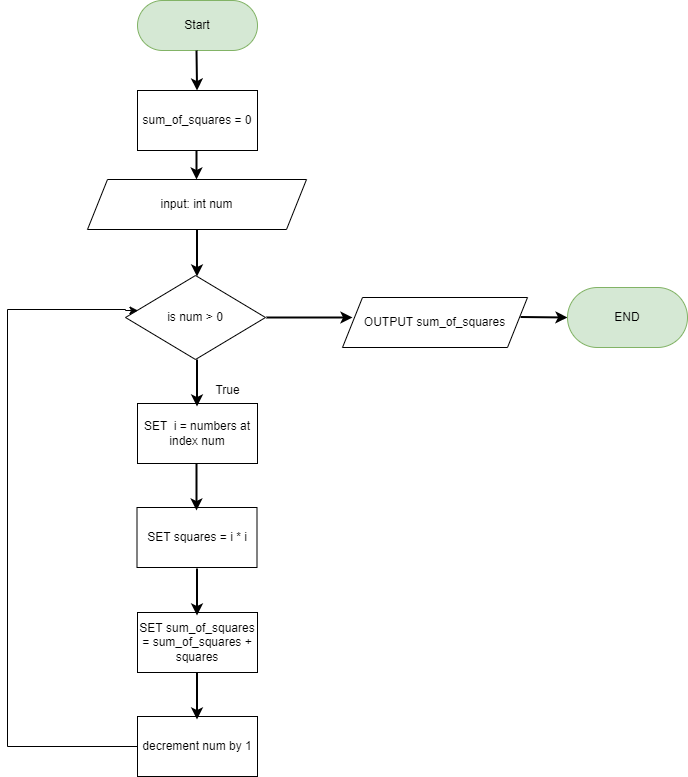
Above: 0x00-map_your_mind/0-sum_of_squares.png in Mbazu-Daniel/alx-pre_course (draw.io), before the change. Source tidied: cells renumbered, new cells last; positions are measured from the earlier drawing's top-left corner, leaving out a move shared by most shapes. Source of this version:
```xml
<mxGraphModel>
  <root>
    <mxCell id="0" />
    <mxCell id="1" parent="0" />
    <mxCell id="2" value="Start" style="rounded=1;whiteSpace=wrap;html=1;arcSize=50;fillColor=#d5e8d4;strokeColor=#82b366;" parent="1" vertex="1">
      <mxGeometry x="130" width="120" height="50" as="geometry" />
    </mxCell>
    <mxCell id="3" value="input: int num" style="shape=parallelogram;perimeter=parallelogramPerimeter;whiteSpace=wrap;html=1;fixedSize=1;" parent="1" vertex="1">
      <mxGeometry x="80" y="179" width="219" height="50" as="geometry" />
    </mxCell>
    <mxCell id="4" style="endArrow=classic;html=1;rounded=0;strokeWidth=2;exitX=0.5;exitY=1;exitDx=0;exitDy=0;" parent="1" edge="1" source="3">
      <mxGeometry relative="1" as="geometry">
        <mxPoint x="189.5" y="276" as="targetPoint" />
      </mxGeometry>
    </mxCell>
    <mxCell id="5" value="is num &amp;gt; 0" style="rhombus;whiteSpace=wrap;html=1;" parent="1" vertex="1">
      <mxGeometry x="118" y="275" width="140" height="84" as="geometry" />
    </mxCell>
    <mxCell id="6" style="endArrow=classic;html=1;rounded=0;strokeWidth=2;exitX=0.5;exitY=1;exitDx=0;exitDy=0;" parent="1" edge="1">
      <mxGeometry relative="1" as="geometry">
        <mxPoint x="189" y="149" as="sourcePoint" />
        <mxPoint x="189" y="179" as="targetPoint" />
      </mxGeometry>
    </mxCell>
    <mxCell id="7" style="endArrow=classic;html=1;rounded=0;strokeWidth=2;" parent="1" edge="1" target="8">
      <mxGeometry relative="1" as="geometry">
        <mxPoint x="189" y="50" as="sourcePoint" />
      </mxGeometry>
    </mxCell>
    <mxCell id="8" value="sum_of_squares = 0" style="rounded=0;whiteSpace=wrap;html=1;" parent="1" vertex="1">
      <mxGeometry x="130" y="90" width="120" height="60" as="geometry" />
    </mxCell>
    <mxCell id="9" value="SET&amp;nbsp; i = numbers at index num" style="rounded=0;whiteSpace=wrap;html=1;" parent="1" vertex="1">
      <mxGeometry x="130" y="403" width="120" height="60" as="geometry" />
    </mxCell>
    <mxCell id="10" style="endArrow=classic;html=1;rounded=0;strokeWidth=2;exitX=0.5;exitY=1;exitDx=0;exitDy=0;" parent="1" edge="1">
      <mxGeometry relative="1" as="geometry">
        <mxPoint x="189.5" y="359" as="sourcePoint" />
        <mxPoint x="189.5" y="406" as="targetPoint" />
      </mxGeometry>
    </mxCell>
    <mxCell id="11" value="SET squares = i * i" style="rounded=0;whiteSpace=wrap;html=1;" parent="1" vertex="1">
      <mxGeometry x="129.5" y="507" width="120" height="60" as="geometry" />
    </mxCell>
    <mxCell id="12" style="endArrow=classic;html=1;rounded=0;strokeWidth=2;exitX=0.5;exitY=1;exitDx=0;exitDy=0;" parent="1" edge="1">
      <mxGeometry relative="1" as="geometry">
        <mxPoint x="189" y="463" as="sourcePoint" />
        <mxPoint x="189" y="510" as="targetPoint" />
      </mxGeometry>
    </mxCell>
    <mxCell id="13" value="SET sum_of_squares = sum_of_squares + squares" style="rounded=0;whiteSpace=wrap;html=1;" parent="1" vertex="1">
      <mxGeometry x="130" y="612" width="120" height="60" as="geometry" />
    </mxCell>
    <mxCell id="14" style="endArrow=classic;html=1;rounded=0;strokeWidth=2;exitX=0.5;exitY=1;exitDx=0;exitDy=0;" parent="1" edge="1">
      <mxGeometry relative="1" as="geometry">
        <mxPoint x="189.5" y="568" as="sourcePoint" />
        <mxPoint x="189.5" y="615" as="targetPoint" />
      </mxGeometry>
    </mxCell>
    <mxCell id="15" value="True" style="text;html=1;align=center;verticalAlign=middle;strokeColor=none;fillColor=none;" parent="1" vertex="1">
      <mxGeometry x="200" y="380" width="40" height="20" as="geometry" />
    </mxCell>
    <mxCell id="16" value="decrement num by 1" style="rounded=0;whiteSpace=wrap;html=1;" parent="1" vertex="1">
      <mxGeometry x="130" y="716" width="120" height="60" as="geometry" />
    </mxCell>
    <mxCell id="17" style="endArrow=classic;html=1;rounded=0;strokeWidth=2;exitX=0.5;exitY=1;exitDx=0;exitDy=0;" parent="1" edge="1">
      <mxGeometry relative="1" as="geometry">
        <mxPoint x="189.5" y="672" as="sourcePoint" />
        <mxPoint x="189.5" y="719" as="targetPoint" />
      </mxGeometry>
    </mxCell>
    <mxCell id="18" style="edgeStyle=segmentEdgeStyle;endArrow=classic;html=1;rounded=0;exitX=0;exitY=0.5;exitDx=0;exitDy=0;entryX=0.089;entryY=0.417;entryDx=0;entryDy=0;entryPerimeter=0;" parent="1" edge="1" source="16" target="5">
      <mxGeometry relative="1" as="geometry">
        <Array as="points">
          <mxPoint y="746" />
          <mxPoint y="309" />
          <mxPoint x="118" y="309" />
          <mxPoint x="118" y="310" />
        </Array>
      </mxGeometry>
    </mxCell>
    <mxCell id="19" style="endArrow=classic;html=1;rounded=0;strokeWidth=2;exitX=0.5;exitY=1;exitDx=0;exitDy=0;" parent="1" edge="1">
      <mxGeometry relative="1" as="geometry">
        <mxPoint x="259" y="317" as="sourcePoint" />
        <mxPoint x="345" y="317" as="targetPoint" />
      </mxGeometry>
    </mxCell>
    <mxCell id="20" value="OUTPUT sum_of_squares" style="shape=parallelogram;perimeter=parallelogramPerimeter;whiteSpace=wrap;html=1;fixedSize=1;" parent="1" vertex="1">
      <mxGeometry x="335" y="297" width="185" height="50" as="geometry" />
    </mxCell>
    <mxCell id="21" style="endArrow=classic;html=1;rounded=0;strokeWidth=2;exitX=0.5;exitY=1;exitDx=0;exitDy=0;" parent="1" edge="1">
      <mxGeometry relative="1" as="geometry">
        <mxPoint x="513" y="316.5" as="sourcePoint" />
        <mxPoint x="560" y="317" as="targetPoint" />
      </mxGeometry>
    </mxCell>
    <mxCell id="22" value="END" style="rounded=1;whiteSpace=wrap;html=1;arcSize=50;fillColor=#d5e8d4;strokeColor=#82b366;" parent="1" vertex="1">
      <mxGeometry x="560" y="287" width="120" height="60" as="geometry" />
    </mxCell>
  </root>
</mxGraphModel>
```
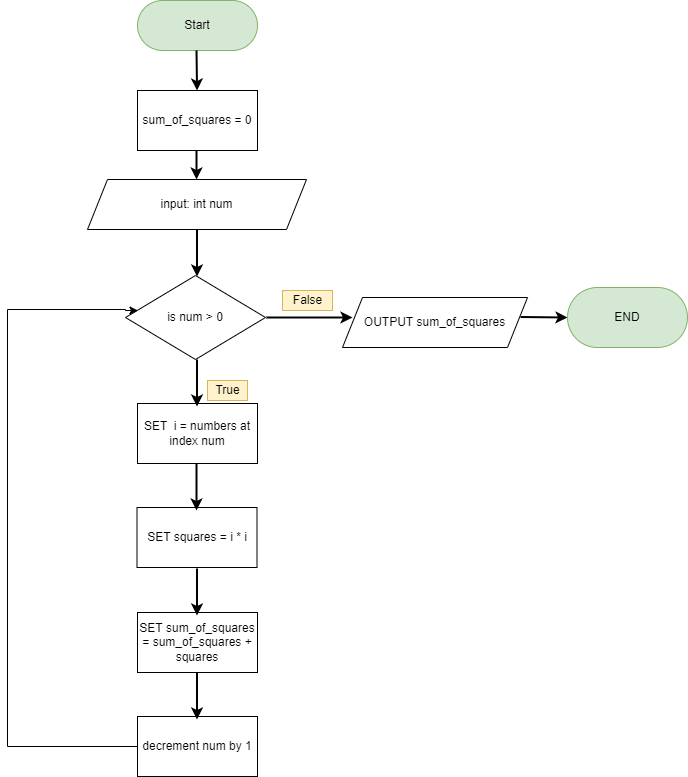
Above is the later version.

Commit message:
flow chart and pseudocode

Diff of the diagram source:
```diff
@@ -57,7 +57,7 @@
         <mxPoint x="189.5" y="615" as="targetPoint" />
       </mxGeometry>
     </mxCell>
-    <mxCell id="15" value="True" style="text;html=1;align=center;verticalAlign=middle;strokeColor=none;fillColor=none;" parent="1" vertex="1">
+    <mxCell id="15" value="True" style="text;html=1;align=center;verticalAlign=middle;strokeColor=#d6b656;fillColor=#fff2cc;" parent="1" vertex="1">
       <mxGeometry x="200" y="380" width="40" height="20" as="geometry" />
     </mxCell>
     <mxCell id="16" value="decrement num by 1" style="rounded=0;whiteSpace=wrap;html=1;" parent="1" vertex="1">
@@ -97,5 +97,8 @@
     <mxCell id="22" value="END" style="rounded=1;whiteSpace=wrap;html=1;arcSize=50;fillColor=#d5e8d4;strokeColor=#82b366;" parent="1" vertex="1">
       <mxGeometry x="560" y="287" width="120" height="60" as="geometry" />
     </mxCell>
+    <mxCell id="23" value="False" style="text;html=1;align=center;verticalAlign=middle;strokeColor=#d6b656;fillColor=#fff2cc;" parent="1" vertex="1">
+      <mxGeometry x="275" y="290" width="50" height="20" as="geometry" />
+    </mxCell>
   </root>
 </mxGraphModel>
```
